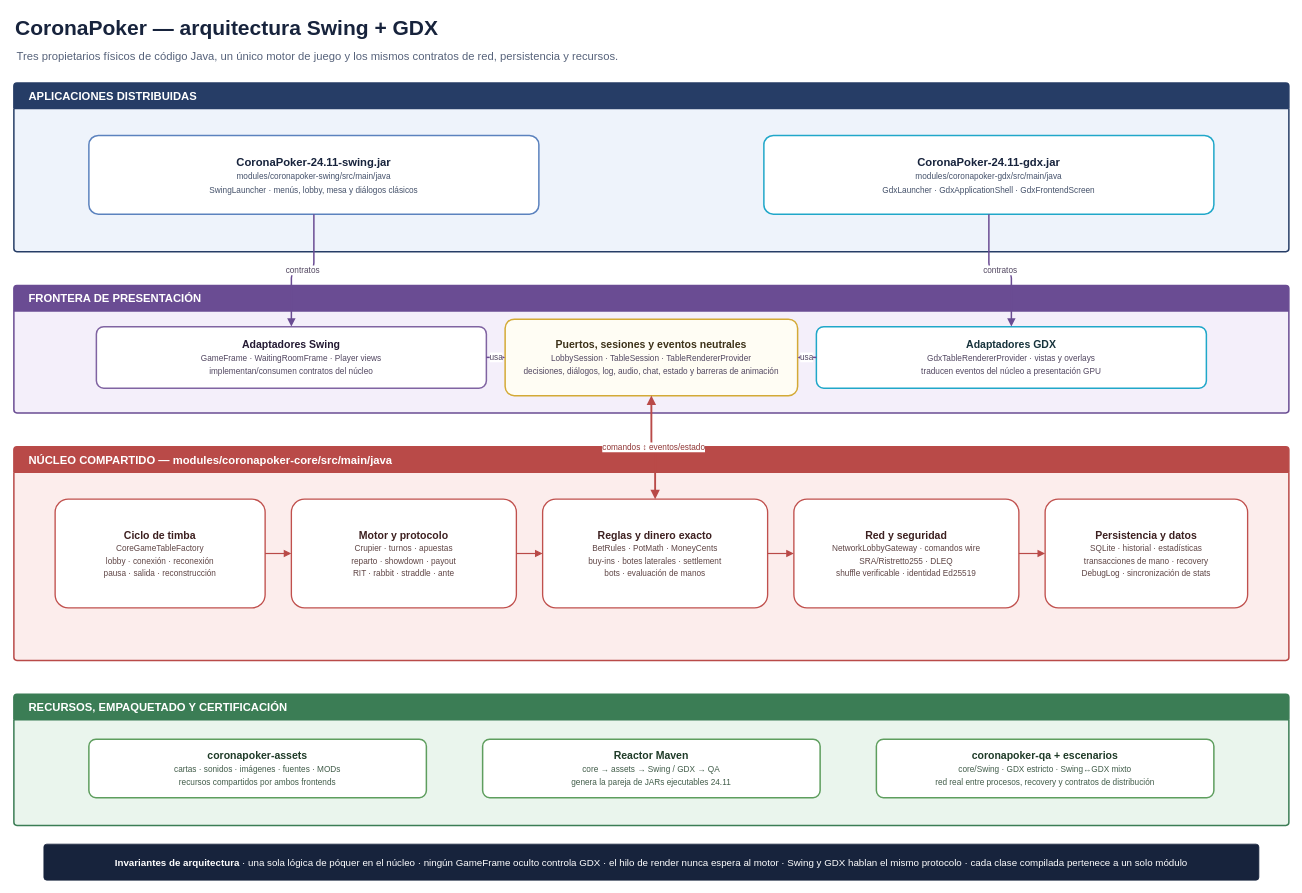
Above: docs/diagrams/coronapoker-module-map.drawio in tonikelope/coronapoker (draw.io), before the change. Source tidied: cells renumbered, new cells numbered last; positions are measured from the earlier drawing's top-left corner, leaving out a move shared by most shapes. Both pictures are drawn from the tidied source at 75%, with x=0, y=0 at pixel (14, 13).
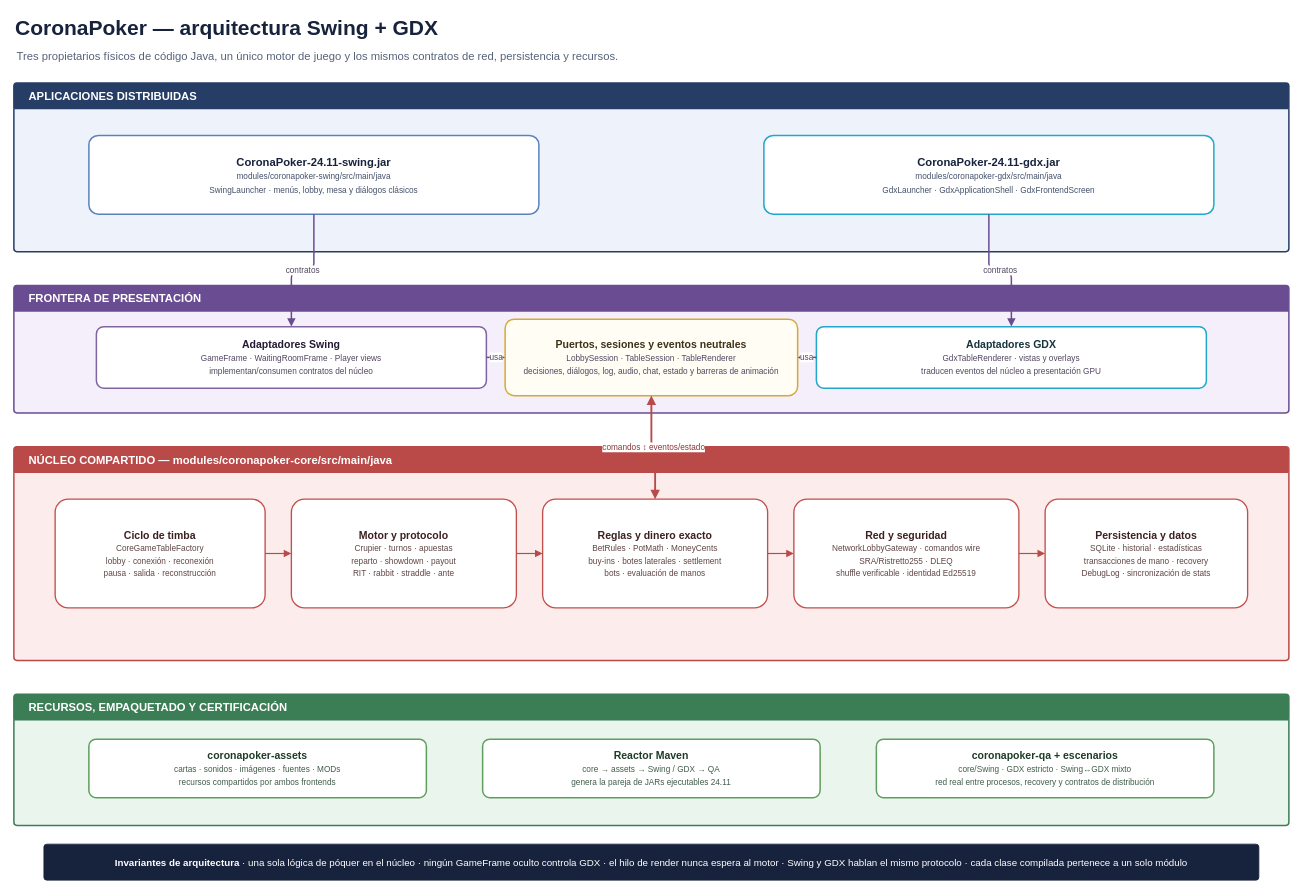
The same page after the edit.

Diff of the diagram source:
```diff
@@
-    <mxCell id="9" value="&lt;b&gt;Puertos, sesiones y eventos neutrales&lt;/b&gt;&lt;br&gt;&lt;span style=&quot;font-size:11px;color:#514660&quot;&gt;LobbySession · TableSession · TableRendererProvider&lt;br&gt;decisiones, diálogos, log, audio, chat, estado y barreras de animación&lt;/span&gt;" style="rounded=1;arcSize=12;whiteSpace=wrap;html=1;fillColor=#fffdf4;strokeColor=#d4aa36;strokeWidth=2;fontColor=#3d3219;fontSize=14;align=center;verticalAlign=middle;" parent="1" vertex="1">
+    <mxCell id="9" value="&lt;b&gt;Puertos, sesiones y eventos neutrales&lt;/b&gt;&lt;br&gt;&lt;span style=&quot;font-size:11px;color:#514660&quot;&gt;LobbySession · TableSession · TableRenderer&lt;br&gt;decisiones, diálogos, log, audio, chat, estado y barreras de animación&lt;/span&gt;" style="rounded=1;arcSize=12;whiteSpace=wrap;html=1;fillColor=#fffdf4;strokeColor=#d4aa36;strokeWidth=2;fontColor=#3d3219;fontSize=14;align=center;verticalAlign=middle;" parent="1" vertex="1">
       <mxGeometry x="655" y="408" width="390" height="102" as="geometry" />
     </mxCell>
-    <mxCell id="10" value="&lt;b&gt;Adaptadores GDX&lt;/b&gt;&lt;br&gt;&lt;span style=&quot;font-size:11px;color:#514660&quot;&gt;GdxTableRendererProvider · vistas y overlays&lt;br&gt;traducen eventos del núcleo a presentación GPU&lt;/span&gt;" style="rounded=1;arcSize=12;whiteSpace=wrap;html=1;fillColor=#ffffff;strokeColor=#20a7c9;strokeWidth=2;fontColor=#17333c;fontSize=14;align=center;verticalAlign=middle;" parent="1" vertex="1">
+    <mxCell id="10" value="&lt;b&gt;Adaptadores GDX&lt;/b&gt;&lt;br&gt;&lt;span style=&quot;font-size:11px;color:#514660&quot;&gt;GdxTableRenderer · vistas y overlays&lt;br&gt;traducen eventos del núcleo a presentación GPU&lt;/span&gt;" style="rounded=1;arcSize=12;whiteSpace=wrap;html=1;fillColor=#ffffff;strokeColor=#20a7c9;strokeWidth=2;fontColor=#17333c;fontSize=14;align=center;verticalAlign=middle;" parent="1" vertex="1">
       <mxGeometry x="1070" y="418" width="520" height="82" as="geometry" />
     </mxCell>
```
